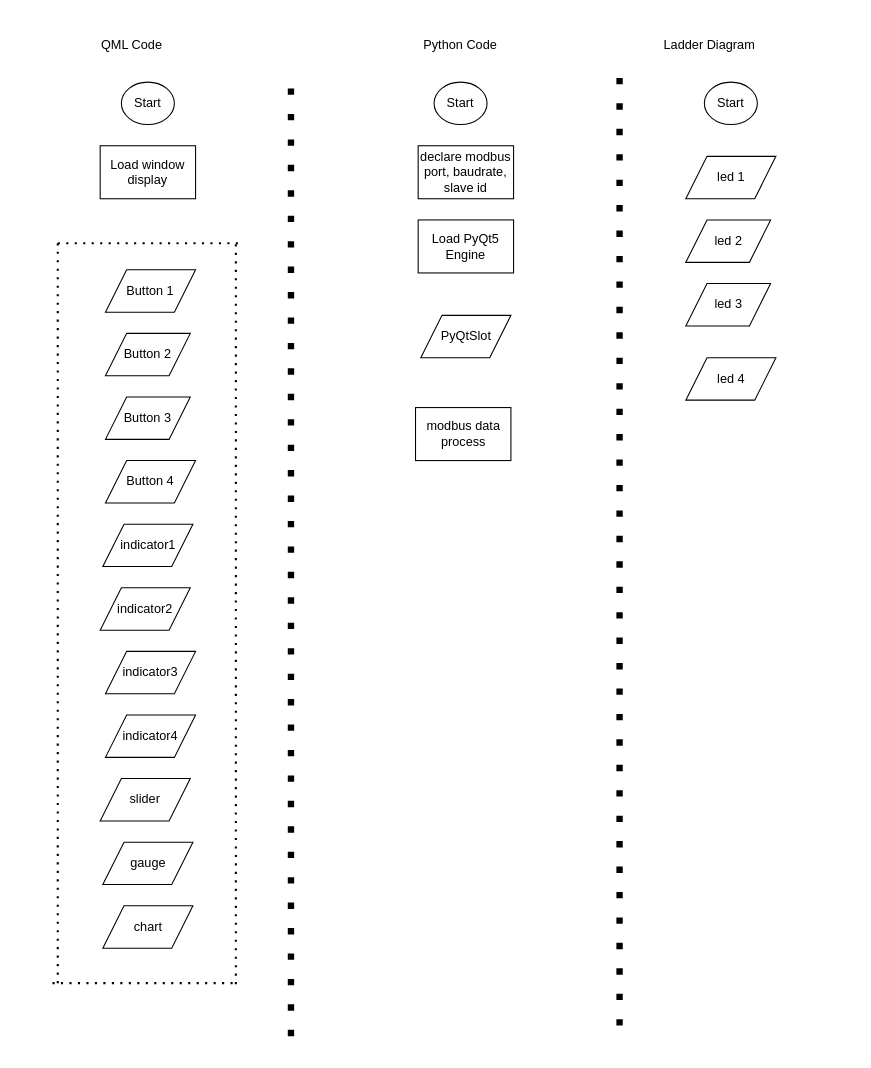
Before: Untitled Diagram.drawio in muhammadhusni777/WORKSHOP-MINI-SCADA-PENS, a draw.io diagram. Source tidied: cells renumbered, new cells numbered last; positions are measured from the earlier drawing's top-left corner, leaving out a move shared by most shapes. Both pictures are drawn from the tidied source at 106%, with x=0, y=0 at pixel (52, 29).
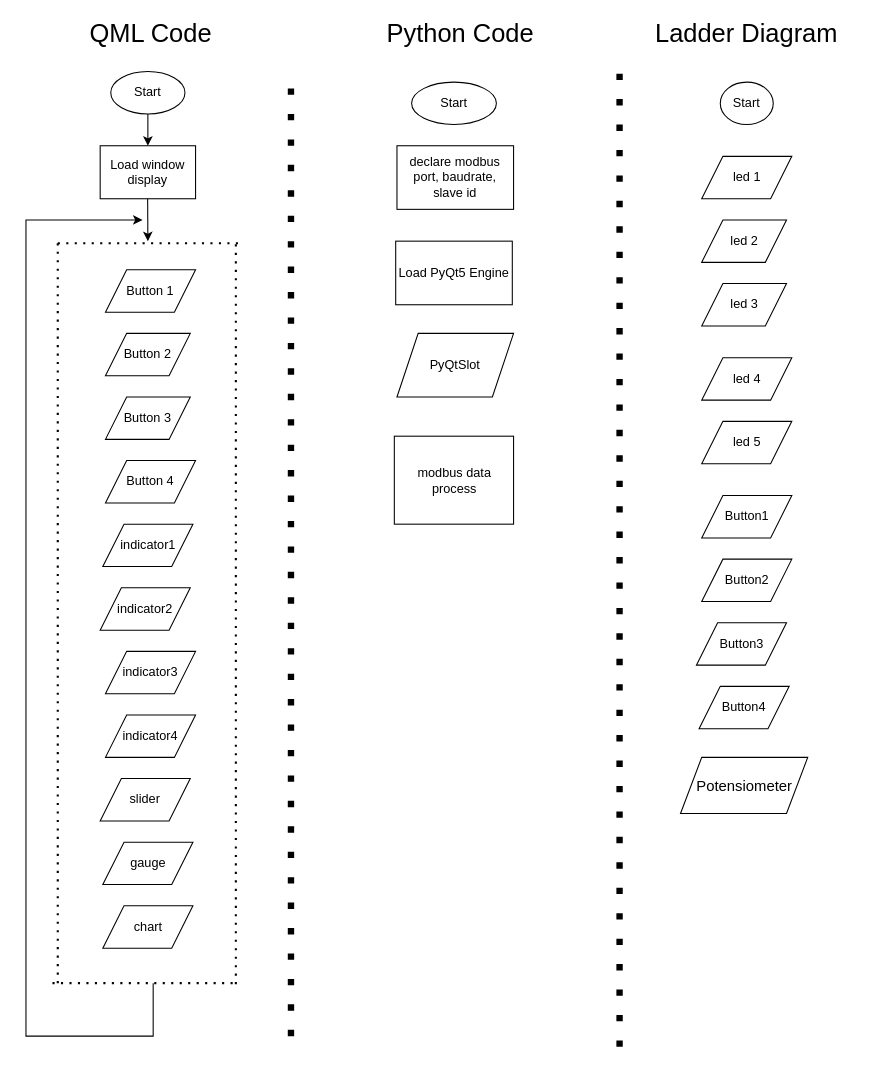
After the change.

Unchanged cells that the change refers to:
```xml
<mxCell id="11" value="Load window display" style="rounded=0;whiteSpace=wrap;html=1;" parent="1" vertex="1">
  <mxGeometry x="45" y="110" width="90" height="50" as="geometry" />
</mxCell>
```

Change to the diagram source:
```diff
@@
     <mxCell id="3" style="endArrow=none;dashed=1;html=1;dashPattern=1 3;strokeWidth=6;rounded=0;" parent="1" edge="1">
       <mxGeometry relative="1" as="geometry">
-        <mxPoint x="535" y="940" as="sourcePoint" />
+        <mxPoint x="535" y="960" as="sourcePoint" />
         <mxPoint x="535" y="40" as="targetPoint" />
       </mxGeometry>
     </mxCell>
-    <mxCell id="4" value="QML Code" style="text;html=1;strokeColor=none;fillColor=none;align=center;verticalAlign=middle;whiteSpace=wrap;rounded=0;" parent="1" vertex="1">
-      <mxGeometry x="45" width="60" height="30" as="geometry" />
+    <mxCell id="4" value="&lt;font style=&quot;font-size: 24px;&quot;&gt;QML Code&lt;/font&gt;" style="text;html=1;strokeColor=none;fillColor=none;align=center;verticalAlign=middle;whiteSpace=wrap;rounded=0;" parent="1" vertex="1">
+      <mxGeometry x="27.5" y="-10" width="130" height="30" as="geometry" />
     </mxCell>
-    <mxCell id="5" value="Python Code" style="text;html=1;strokeColor=none;fillColor=none;align=center;verticalAlign=middle;whiteSpace=wrap;rounded=0;" parent="1" vertex="1">
-      <mxGeometry x="345" width="80" height="30" as="geometry" />
+    <mxCell id="5" value="&lt;font style=&quot;font-size: 24px;&quot;&gt;Python Code&lt;/font&gt;" style="text;html=1;strokeColor=none;fillColor=none;align=center;verticalAlign=middle;whiteSpace=wrap;rounded=0;" parent="1" vertex="1">
+      <mxGeometry x="305" y="-10" width="160" height="30" as="geometry" />
     </mxCell>
-    <mxCell id="6" value="Ladder Diagram" style="text;html=1;strokeColor=none;fillColor=none;align=center;verticalAlign=middle;whiteSpace=wrap;rounded=0;" parent="1" vertex="1">
-      <mxGeometry x="575" width="90" height="30" as="geometry" />
+    <mxCell id="6" value="&lt;font style=&quot;font-size: 24px;&quot;&gt;Ladder Diagram&lt;/font&gt;" style="text;html=1;strokeColor=none;fillColor=none;align=center;verticalAlign=middle;whiteSpace=wrap;rounded=0;" parent="1" vertex="1">
+      <mxGeometry x="555" y="-10" width="200" height="30" as="geometry" />
     </mxCell>
     <mxCell id="7" value="Start" style="ellipse;whiteSpace=wrap;html=1;" parent="1" vertex="1">
-      <mxGeometry x="65" y="50" width="50" height="40" as="geometry" />
+      <mxGeometry x="55" y="40" width="70" height="40" as="geometry" />
     </mxCell>
     <mxCell id="8" value="Start" style="ellipse;whiteSpace=wrap;html=1;" parent="1" vertex="1">
-      <mxGeometry x="360" y="50" width="50" height="40" as="geometry" />
+      <mxGeometry x="338.8" y="50" width="80" height="40" as="geometry" />
     </mxCell>
     <mxCell id="9" value="Start" style="ellipse;whiteSpace=wrap;html=1;" parent="1" vertex="1">
-      <mxGeometry x="615" y="50" width="50" height="40" as="geometry" />
+      <mxGeometry x="630" y="50" width="50" height="40" as="geometry" />
     </mxCell>
     <mxCell id="10" value="Load PyQt5 Engine" style="rounded=0;whiteSpace=wrap;html=1;" parent="1" vertex="1">
-      <mxGeometry x="345" y="180" width="90" height="50" as="geometry" />
+      <mxGeometry x="323.8" y="200" width="110" height="60" as="geometry" />
     </mxCell>
@@
     <mxCell id="12" value="modbus data process" style="rounded=0;whiteSpace=wrap;html=1;" parent="1" vertex="1">
-      <mxGeometry x="342.5" y="357" width="90" height="50" as="geometry" />
+      <mxGeometry x="322.5" y="384" width="112.5" height="83" as="geometry" />
     </mxCell>
     <mxCell id="13" value="declare modbus port, baudrate, slave id" style="rounded=0;whiteSpace=wrap;html=1;" parent="1" vertex="1">
-      <mxGeometry x="345" y="110" width="90" height="50" as="geometry" />
+      <mxGeometry x="325" y="110" width="110" height="60" as="geometry" />
     </mxCell>
     <mxCell id="14" value="PyQtSlot" style="shape=parallelogram;perimeter=parallelogramPerimeter;whiteSpace=wrap;html=1;fixedSize=1;" parent="1" vertex="1">
-      <mxGeometry x="347.5" y="270" width="85" height="40" as="geometry" />
+      <mxGeometry x="325" y="287" width="110" height="60" as="geometry" />
     </mxCell>
@@
     <mxCell id="26" value="led 1" style="shape=parallelogram;perimeter=parallelogramPerimeter;whiteSpace=wrap;html=1;fixedSize=1;" parent="1" vertex="1">
-      <mxGeometry x="597.5" y="120" width="85" height="40" as="geometry" />
+      <mxGeometry x="612.5" y="120" width="85" height="40" as="geometry" />
     </mxCell>
     <mxCell id="27" value="led 2" style="shape=parallelogram;perimeter=parallelogramPerimeter;whiteSpace=wrap;html=1;fixedSize=1;" parent="1" vertex="1">
-      <mxGeometry x="597.5" y="180" width="80" height="40" as="geometry" />
+      <mxGeometry x="612.5" y="180" width="80" height="40" as="geometry" />
     </mxCell>
     <mxCell id="28" value="led 3" style="shape=parallelogram;perimeter=parallelogramPerimeter;whiteSpace=wrap;html=1;fixedSize=1;" parent="1" vertex="1">
-      <mxGeometry x="597.5" y="240" width="80" height="40" as="geometry" />
+      <mxGeometry x="612.5" y="240" width="80" height="40" as="geometry" />
     </mxCell>
     <mxCell id="29" value="led 4" style="shape=parallelogram;perimeter=parallelogramPerimeter;whiteSpace=wrap;html=1;fixedSize=1;" parent="1" vertex="1">
-      <mxGeometry x="597.5" y="310" width="85" height="40" as="geometry" />
+      <mxGeometry x="612.5" y="310" width="85" height="40" as="geometry" />
     </mxCell>
@@
+    <mxCell id="34" style="endArrow=classic;html=1;rounded=0;entryX=0.5;entryY=0;entryDx=0;entryDy=0;exitX=0.5;exitY=1;exitDx=0;exitDy=0;" parent="1" edge="1" source="7" target="11">
+      <mxGeometry relative="1" as="geometry" />
+    </mxCell>
+    <mxCell id="35" style="endArrow=classic;html=1;rounded=0;exitX=0.5;exitY=1;exitDx=0;exitDy=0;" parent="1" edge="1">
+      <mxGeometry relative="1" as="geometry">
+        <mxPoint x="89.8" y="160" as="sourcePoint" />
+        <mxPoint x="90" y="200" as="targetPoint" />
+      </mxGeometry>
+    </mxCell>
+    <mxCell id="36" style="endArrow=classic;html=1;rounded=0;" parent="1" edge="1">
+      <mxGeometry relative="1" as="geometry">
+        <mxPoint x="95" y="900" as="sourcePoint" />
+        <mxPoint x="85" y="180" as="targetPoint" />
+        <Array as="points">
+          <mxPoint x="95" y="950" />
+          <mxPoint x="-25" y="950" />
+          <mxPoint x="-25" y="540" />
+          <mxPoint x="-25" y="180" />
+        </Array>
+      </mxGeometry>
+    </mxCell>
+    <mxCell id="37" value="led 5" style="shape=parallelogram;perimeter=parallelogramPerimeter;whiteSpace=wrap;html=1;fixedSize=1;" parent="1" vertex="1">
+      <mxGeometry x="612.5" y="370" width="85" height="40" as="geometry" />
+    </mxCell>
+    <mxCell id="38" value="Button1" style="shape=parallelogram;perimeter=parallelogramPerimeter;whiteSpace=wrap;html=1;fixedSize=1;" parent="1" vertex="1">
+      <mxGeometry x="612.5" y="440" width="85" height="40" as="geometry" />
+    </mxCell>
+    <mxCell id="39" value="Button2" style="shape=parallelogram;perimeter=parallelogramPerimeter;whiteSpace=wrap;html=1;fixedSize=1;" parent="1" vertex="1">
+      <mxGeometry x="612.5" y="500" width="85" height="40" as="geometry" />
+    </mxCell>
+    <mxCell id="40" value="Button3" style="shape=parallelogram;perimeter=parallelogramPerimeter;whiteSpace=wrap;html=1;fixedSize=1;" parent="1" vertex="1">
+      <mxGeometry x="607.5" y="560" width="85" height="40" as="geometry" />
+    </mxCell>
+    <mxCell id="41" value="Button4" style="shape=parallelogram;perimeter=parallelogramPerimeter;whiteSpace=wrap;html=1;fixedSize=1;" parent="1" vertex="1">
+      <mxGeometry x="610" y="620" width="85" height="40" as="geometry" />
+    </mxCell>
+    <mxCell id="42" value="&lt;font style=&quot;font-size: 14px;&quot;&gt;Potensiometer&lt;/font&gt;" style="shape=parallelogram;perimeter=parallelogramPerimeter;whiteSpace=wrap;html=1;fixedSize=1;" parent="1" vertex="1">
+      <mxGeometry x="592.5" y="687" width="120" height="53" as="geometry" />
+    </mxCell>
```
